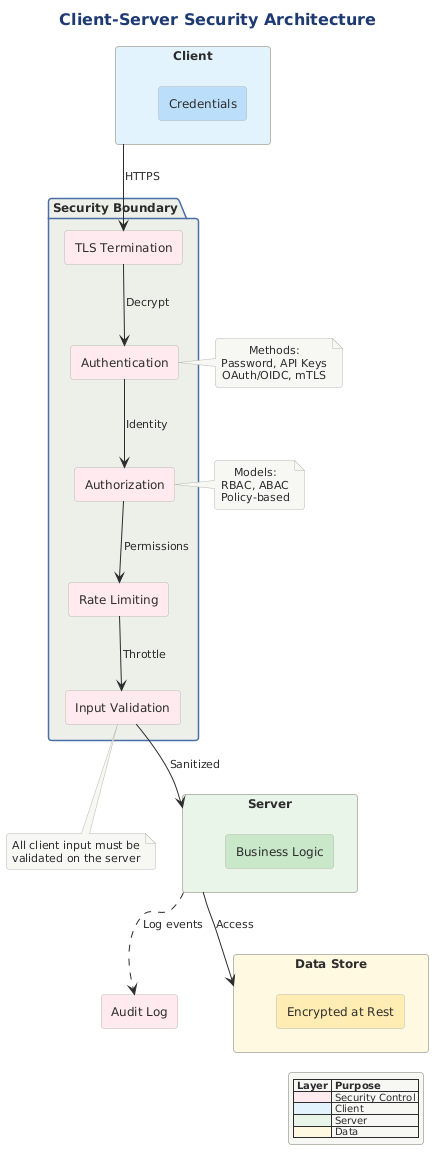
Before: src/architecture/views-and-beyond/style-catalogs/component-and-connector/client-server-style/png/client-server-security-architecture.png, a diagram exported from PlantUML (Notoriousjayy/latex-docs). Its diagram source:
```plantuml
@startuml

title Client-Server Security Architecture

!include ../../../../../../tooling/styles/plantuml/structural/package-diagram-style.iuml

rectangle "Client" as CLIENT #E3F2FD {
    rectangle "Credentials" as CRED #BBDEFB
}

package "Security Boundary" {
    rectangle "TLS Termination" as TLS #FFEBEE
    rectangle "Authentication" as AUTH #FFEBEE
    rectangle "Authorization" as AUTHZ #FFEBEE
    rectangle "Input Validation" as VAL #FFEBEE
    rectangle "Rate Limiting" as RATE #FFEBEE
}

rectangle "Server" as SERVER #E8F5E9 {
    rectangle "Business Logic" as BL #C8E6C9
}

rectangle "Data Store" as DATA #FFF8E1 {
    rectangle "Encrypted at Rest" as EAR #FFECB3
}

rectangle "Audit Log" as AUDIT #FFEBEE

CLIENT --> TLS : HTTPS
TLS --> AUTH : Decrypt
AUTH --> AUTHZ : Identity
AUTHZ --> RATE : Permissions
RATE --> VAL : Throttle
VAL --> SERVER : Sanitized

SERVER --> DATA : Access
SERVER ..> AUDIT : Log events

note right of AUTH
  Methods:
  Password, API Keys
  OAuth/OIDC, mTLS
end note

note right of AUTHZ
  Models:
  RBAC, ABAC
  Policy-based
end note

note bottom of VAL
  All client input must be
  validated on the server
end note

legend right
  |= Layer |= Purpose |
  | <#FFEBEE> | Security Control |
  | <#E3F2FD> | Client |
  | <#E8F5E9> | Server |
  | <#FFF8E1> | Data |
endlegend
@enduml
```
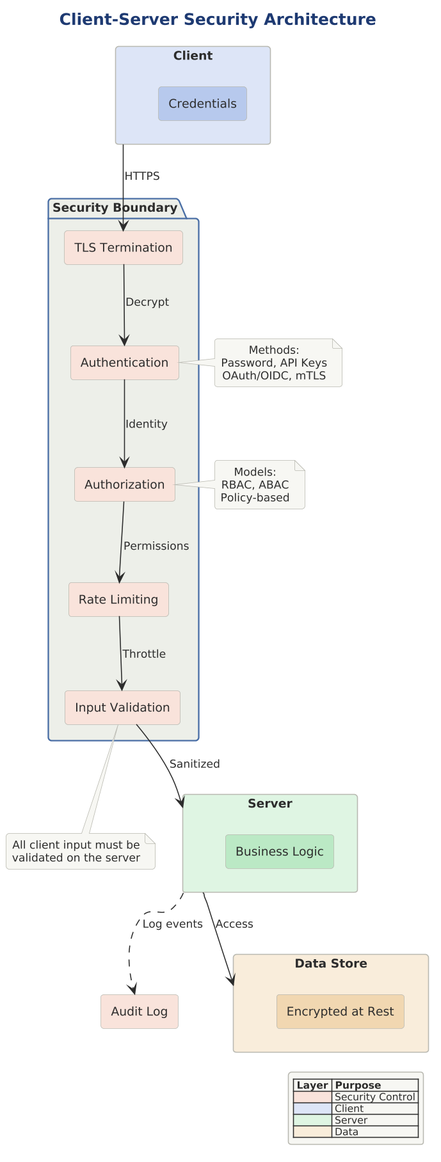
Later version of the same file.

The edit, as a diff of the source:
```diff
@@ -1,30 +1,35 @@
 @startuml
+
+skinparam dpi 150
+
+
+
 
 title Client-Server Security Architecture
 
 !include ../../../../../../tooling/styles/plantuml/structural/package-diagram-style.iuml
 
-rectangle "Client" as CLIENT #E3F2FD {
-    rectangle "Credentials" as CRED #BBDEFB
+rectangle "Client" as CLIENT $fill_primary {
+    rectangle "Credentials" as CRED $deep_primary
 }
 
 package "Security Boundary" {
-    rectangle "TLS Termination" as TLS #FFEBEE
-    rectangle "Authentication" as AUTH #FFEBEE
-    rectangle "Authorization" as AUTHZ #FFEBEE
-    rectangle "Input Validation" as VAL #FFEBEE
-    rectangle "Rate Limiting" as RATE #FFEBEE
+    rectangle "TLS Termination" as TLS $fill_invalid
+    rectangle "Authentication" as AUTH $fill_invalid
+    rectangle "Authorization" as AUTHZ $fill_invalid
+    rectangle "Input Validation" as VAL $fill_invalid
+    rectangle "Rate Limiting" as RATE $fill_invalid
 }
 
-rectangle "Server" as SERVER #E8F5E9 {
-    rectangle "Business Logic" as BL #C8E6C9
+rectangle "Server" as SERVER $fill_ok {
+    rectangle "Business Logic" as BL $deep_ok
 }
 
-rectangle "Data Store" as DATA #FFF8E1 {
-    rectangle "Encrypted at Rest" as EAR #FFECB3
+rectangle "Data Store" as DATA $fill_caution {
+    rectangle "Encrypted at Rest" as EAR $deep_caution
 }
 
-rectangle "Audit Log" as AUDIT #FFEBEE
+rectangle "Audit Log" as AUDIT $fill_invalid
 
 CLIENT --> TLS : HTTPS
 TLS --> AUTH : Decrypt
@@ -55,9 +60,9 @@
 
 legend right
   |= Layer |= Purpose |
-  | <#FFEBEE> | Security Control |
-  | <#E3F2FD> | Client |
-  | <#E8F5E9> | Server |
-  | <#FFF8E1> | Data |
+  | <$fill_invalid> | Security Control |
+  | <$fill_primary> | Client |
+  | <$fill_ok> | Server |
+  | <$fill_caution> | Data |
 endlegend
 @enduml
```
